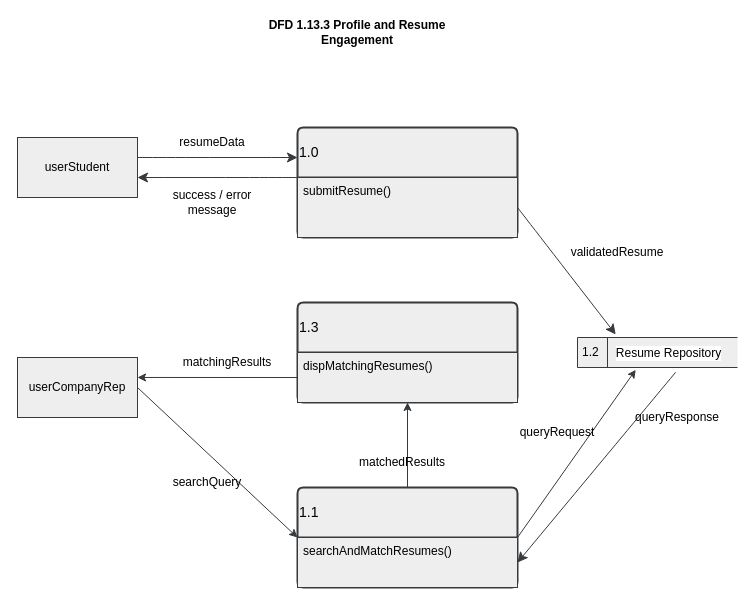
JmmonJeremy/CareerBound-SDD keeps this draw.io diagram as 03_Team_Work/Team5/Milestone_3_Components/IC_Done/WT_M3_Team5_ProfileAndResumeEngagementDFD_v1.drawio. Above is the earlier version. Source tidied: cells renumbered, new cells numbered last; positions are measured from the earlier drawing's top-left corner, leaving out a move shared by most shapes. Both pictures are drawn from the tidied source at 100%, with x=0, y=0 at pixel (17, 17).
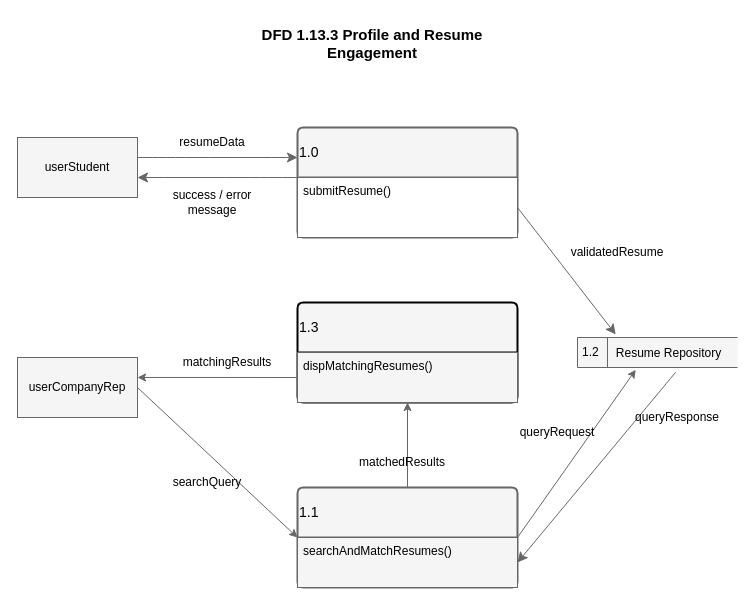
After the change.

Commit message:
updated profile engagement DFD styling

Diff of the diagram source:
```diff
@@
-<mxGraphModel>
+<mxGraphModel background="light-dark(#FFFFFF,#FFFFFF)">
@@
-    <mxCell id="2" value="&lt;b&gt;DFD 1.13.3 Profile and Resume Engagement&lt;/b&gt;" style="text;html=1;whiteSpace=wrap;align=center;verticalAlign=middle;rounded=0;fillColor=none;strokeColor=none;" parent="1" vertex="1">
-      <mxGeometry x="220" width="240" height="30" as="geometry" />
+    <mxCell id="2" value="&lt;b&gt;&lt;font style=&quot;font-size: 15px;&quot;&gt;DFD 1.13.3 Profile and Resume Engagement&lt;/font&gt;&lt;/b&gt;" style="text;html=1;whiteSpace=wrap;align=center;verticalAlign=middle;rounded=0;fillColor=none;strokeColor=none;fontColor=light-dark(#000000,#000000);labelBackgroundColor=none;" parent="1" vertex="1">
+      <mxGeometry x="235" y="11" width="240" height="30" as="geometry" />
     </mxCell>
-    <mxCell id="3" value="userStudent" style="whiteSpace=wrap;html=1;fillColor=#eeeeee;strokeColor=#36393d;" parent="1" vertex="1">
+    <mxCell id="3" value="userStudent" style="whiteSpace=wrap;html=1;fillColor=light-dark(#F5F5F5,#E6E6E6);strokeColor=light-dark(#666666,#000000);fontColor=light-dark(#000000,#000000);labelBackgroundColor=none;" parent="1" vertex="1">
       <mxGeometry y="120" width="120" height="60" as="geometry" />
     </mxCell>
-    <mxCell id="4" style="endArrow=classic;html=1;rounded=0;fontSize=12;startSize=8;endSize=8;curved=1;fillColor=#eeeeee;strokeColor=#36393d;" parent="1" edge="1">
+    <mxCell id="4" style="endArrow=classic;html=1;rounded=0;fontSize=12;startSize=8;endSize=8;curved=1;fontColor=light-dark(#000000,#000000);fillColor=#f5f5f5;strokeColor=#666666;labelBackgroundColor=none;" parent="1" edge="1">
       <mxGeometry relative="1" as="geometry">
         <mxPoint x="120" y="140" as="sourcePoint" />
         <mxPoint x="280" y="140" as="targetPoint" />
       </mxGeometry>
     </mxCell>
-    <mxCell id="5" style="endArrow=classic;html=1;rounded=0;fontSize=12;startSize=8;endSize=8;curved=1;fillColor=#eeeeee;strokeColor=#36393d;" parent="1" edge="1">
+    <mxCell id="5" style="endArrow=classic;html=1;rounded=0;fontSize=12;startSize=8;endSize=8;curved=1;fontColor=light-dark(#000000,#000000);fillColor=#f5f5f5;strokeColor=#666666;labelBackgroundColor=none;" parent="1" edge="1">
       <mxGeometry relative="1" as="geometry">
         <mxPoint x="280" y="160" as="sourcePoint" />
         <mxPoint x="120" y="160" as="targetPoint" />
       </mxGeometry>
     </mxCell>
-    <mxCell id="6" value="1.0" style="swimlane;horizontal=1;startSize=50;rounded=1;fontSize=14;fontStyle=0;strokeWidth=2;shadow=0;dashed=0;align=left;arcSize=4;whiteSpace=wrap;html=1;fillColor=#eeeeee;strokeColor=#36393d;" parent="1" vertex="1">
+    <mxCell id="6" value="1.0" style="swimlane;horizontal=1;startSize=50;rounded=1;fontSize=14;fontStyle=0;strokeWidth=2;shadow=0;dashed=0;align=left;arcSize=4;whiteSpace=wrap;html=1;fillColor=light-dark(#F5F5F5,#999999);strokeColor=light-dark(#666666,#000000);fontColor=light-dark(#000000,#000000);labelBackgroundColor=none;" parent="1" vertex="1">
       <mxGeometry x="280" y="110" width="220" height="110" as="geometry" />
     </mxCell>
-    <mxCell id="7" value="submitResume()&lt;div&gt;&lt;br&gt;&lt;/div&gt;" style="align=left;spacingLeft=4;spacingRight=4;fontSize=12;verticalAlign=top;html=1;whiteSpace=wrap;fillColor=#eeeeee;strokeColor=#36393d;" parent="6" vertex="1">
+    <mxCell id="7" value="submitResume()&lt;div&gt;&lt;br&gt;&lt;/div&gt;" style="align=left;spacingLeft=4;spacingRight=4;fontSize=12;verticalAlign=top;html=1;whiteSpace=wrap;fillColor=light-dark(#FFFFFF,#CCCCCC);strokeColor=#666666;fontColor=light-dark(#000000,#000000);labelBackgroundColor=none;gradientColor=none;" parent="6" vertex="1">
       <mxGeometry y="50" width="220" height="60" as="geometry" />
     </mxCell>
-    <mxCell id="8" value="resumeData" style="text;html=1;whiteSpace=wrap;align=center;verticalAlign=middle;rounded=0;fillColor=none;strokeColor=none;" parent="1" vertex="1">
+    <mxCell id="8" value="resumeData" style="text;html=1;whiteSpace=wrap;align=center;verticalAlign=middle;rounded=0;fillColor=none;strokeColor=none;fontColor=light-dark(#000000,#000000);labelBackgroundColor=none;" parent="1" vertex="1">
       <mxGeometry x="165" y="110" width="60" height="30" as="geometry" />
     </mxCell>
-    <mxCell id="9" value="success / error message" style="text;html=1;whiteSpace=wrap;align=center;verticalAlign=middle;rounded=0;fillColor=none;strokeColor=none;" parent="1" vertex="1">
+    <mxCell id="9" value="success / error message" style="text;html=1;whiteSpace=wrap;align=center;verticalAlign=middle;rounded=0;fillColor=none;strokeColor=none;fontColor=light-dark(#000000,#000000);labelBackgroundColor=none;" parent="1" vertex="1">
       <mxGeometry x="150" y="170" width="90" height="30" as="geometry" />
     </mxCell>
-    <mxCell id="10" value="1.3" style="swimlane;horizontal=1;startSize=50;rounded=1;fontSize=14;fontStyle=0;strokeWidth=2;shadow=0;dashed=0;align=left;arcSize=4;whiteSpace=wrap;html=1;fillColor=#eeeeee;strokeColor=#36393d;" parent="1" vertex="1">
+    <mxCell id="10" value="1.3" style="swimlane;horizontal=1;startSize=50;rounded=1;fontSize=14;fontStyle=0;strokeWidth=2;shadow=0;dashed=0;align=left;arcSize=4;whiteSpace=wrap;html=1;fillColor=light-dark(#F5F5F5,#999999);strokeColor=light-dark(#000000,#000000);fontColor=light-dark(#000000,#000000);labelBackgroundColor=none;" parent="1" vertex="1">
       <mxGeometry x="280" y="285" width="220" height="100" as="geometry" />
     </mxCell>
-    <mxCell id="11" value="dispMatchingResumes()" style="align=left;spacingLeft=4;spacingRight=4;fontSize=12;verticalAlign=top;html=1;whiteSpace=wrap;fillColor=#eeeeee;strokeColor=#36393d;" parent="10" vertex="1">
+    <mxCell id="11" value="dispMatchingResumes()" style="align=left;spacingLeft=4;spacingRight=4;fontSize=12;verticalAlign=top;html=1;whiteSpace=wrap;fillColor=light-dark(#F5F5F5,#CCCCCC);strokeColor=#666666;fontColor=light-dark(#000000,#000000);labelBackgroundColor=none;" parent="10" vertex="1">
       <mxGeometry y="50" width="220" height="50" as="geometry" />
     </mxCell>
-    <mxCell id="12" value="1.1" style="swimlane;horizontal=1;startSize=50;rounded=1;fontSize=14;fontStyle=0;strokeWidth=2;shadow=0;dashed=0;align=left;arcSize=4;whiteSpace=wrap;html=1;fillColor=#eeeeee;strokeColor=#36393d;" parent="1" vertex="1">
+    <mxCell id="12" value="1.1" style="swimlane;horizontal=1;startSize=50;rounded=1;fontSize=14;fontStyle=0;strokeWidth=2;shadow=0;dashed=0;align=left;arcSize=4;whiteSpace=wrap;html=1;fillColor=light-dark(#F5F5F5,#999999);strokeColor=light-dark(#666666,#000000);fontColor=light-dark(#000000,#000000);labelBackgroundColor=none;" parent="1" vertex="1">
       <mxGeometry x="280" y="470" width="220" height="100" as="geometry" />
     </mxCell>
-    <mxCell id="13" value="searchAndMatchResumes()" style="align=left;spacingLeft=4;spacingRight=4;fontSize=12;verticalAlign=top;html=1;whiteSpace=wrap;fillColor=#eeeeee;strokeColor=#36393d;" parent="12" vertex="1">
+    <mxCell id="13" value="searchAndMatchResumes()" style="align=left;spacingLeft=4;spacingRight=4;fontSize=12;verticalAlign=top;html=1;whiteSpace=wrap;fillColor=light-dark(#F5F5F5,#CCCCCC);strokeColor=#666666;fontColor=light-dark(#000000,#000000);labelBackgroundColor=none;" parent="12" vertex="1">
       <mxGeometry y="50" width="220" height="50" as="geometry" />
     </mxCell>
-    <mxCell id="14" style="rounded=0;jettySize=auto;html=1;exitX=1;exitY=0.5;exitDx=0;exitDy=0;entryX=0;entryY=0.5;entryDx=0;entryDy=0;fillColor=#eeeeee;strokeColor=#36393d;" parent="1" edge="1" source="15" target="12">
+    <mxCell id="14" style="rounded=0;jettySize=auto;html=1;exitX=1;exitY=0.5;exitDx=0;exitDy=0;entryX=0;entryY=0.5;entryDx=0;entryDy=0;fontColor=light-dark(#000000,#000000);fillColor=#f5f5f5;strokeColor=#666666;labelBackgroundColor=none;" parent="1" edge="1" source="15" target="12">
       <mxGeometry relative="1" as="geometry" />
     </mxCell>
-    <mxCell id="15" value="userCompanyRep" style="whiteSpace=wrap;html=1;fillColor=#eeeeee;strokeColor=#36393d;" parent="1" vertex="1">
+    <mxCell id="15" value="userCompanyRep" style="whiteSpace=wrap;html=1;fillColor=light-dark(#F5F5F5,#E6E6E6);strokeColor=light-dark(#666666,#000000);fontColor=light-dark(#000000,#000000);labelBackgroundColor=none;" parent="1" vertex="1">
       <mxGeometry y="340" width="120" height="60" as="geometry" />
     </mxCell>
-    <mxCell id="16" value="searchQuery" style="text;html=1;whiteSpace=wrap;align=center;verticalAlign=middle;rounded=0;fillColor=none;strokeColor=none;" parent="1" vertex="1">
+    <mxCell id="16" value="searchQuery" style="text;html=1;whiteSpace=wrap;align=center;verticalAlign=middle;rounded=0;fillColor=none;strokeColor=none;fontColor=light-dark(#000000,#000000);labelBackgroundColor=none;" parent="1" vertex="1">
       <mxGeometry x="160" y="450" width="60" height="30" as="geometry" />
     </mxCell>
-    <mxCell id="17" style="endArrow=classic;html=1;rounded=0;fontSize=12;startSize=8;endSize=8;curved=1;exitX=1;exitY=0.5;exitDx=0;exitDy=0;entryX=0.239;entryY=-0.1;entryDx=0;entryDy=0;entryPerimeter=0;fillColor=#eeeeee;strokeColor=#36393d;" parent="1" edge="1" source="7" target="20">
+    <mxCell id="17" style="endArrow=classic;html=1;rounded=0;fontSize=12;startSize=8;endSize=8;curved=1;exitX=1;exitY=0.5;exitDx=0;exitDy=0;entryX=0.239;entryY=-0.1;entryDx=0;entryDy=0;entryPerimeter=0;fontColor=light-dark(#000000,#000000);fillColor=#f5f5f5;strokeColor=#666666;labelBackgroundColor=none;" parent="1" edge="1" source="7" target="20">
       <mxGeometry relative="1" as="geometry" />
     </mxCell>
-    <mxCell id="18" style="endArrow=classic;html=1;rounded=0;fontSize=12;startSize=8;endSize=8;curved=1;entryX=1;entryY=0.5;entryDx=0;entryDy=0;exitX=0.614;exitY=1.155;exitDx=0;exitDy=0;exitPerimeter=0;fillColor=#eeeeee;strokeColor=#36393d;" parent="1" edge="1" source="20" target="13">
+    <mxCell id="18" style="endArrow=classic;html=1;rounded=0;fontSize=12;startSize=8;endSize=8;curved=1;entryX=1;entryY=0.5;entryDx=0;entryDy=0;exitX=0.614;exitY=1.155;exitDx=0;exitDy=0;exitPerimeter=0;fontColor=light-dark(#000000,#000000);fillColor=#f5f5f5;strokeColor=#666666;labelBackgroundColor=none;" parent="1" edge="1" source="20" target="13">
       <mxGeometry relative="1" as="geometry" />
     </mxCell>
-    <mxCell id="19" value="validatedResume" style="text;html=1;whiteSpace=wrap;align=center;verticalAlign=middle;rounded=0;fillColor=none;strokeColor=none;" parent="1" vertex="1">
+    <mxCell id="19" value="validatedResume" style="text;html=1;whiteSpace=wrap;align=center;verticalAlign=middle;rounded=0;fillColor=none;strokeColor=none;fontColor=light-dark(#000000,#000000);labelBackgroundColor=none;" parent="1" vertex="1">
       <mxGeometry x="550" y="220" width="100" height="30" as="geometry" />
     </mxCell>
-    <mxCell id="20" value="1.2" style="html=1;dashed=0;whiteSpace=wrap;shape=mxgraph.dfd.dataStoreID;align=left;spacingLeft=3;points=[[0,0],[0.5,0],[1,0],[0,0.5],[1,0.5],[0,1],[0.5,1],[1,1]];fillColor=#eeeeee;strokeColor=#36393d;" parent="1" vertex="1">
+    <mxCell id="20" value="1.2" style="html=1;dashed=0;whiteSpace=wrap;shape=mxgraph.dfd.dataStoreID;align=left;spacingLeft=3;points=[[0,0],[0.5,0],[1,0],[0,0.5],[1,0.5],[0,1],[0.5,1],[1,1]];fillColor=light-dark(#F5F5F5,#E6E6E6);strokeColor=light-dark(#666666,#000000);fontColor=light-dark(#000000,#000000);labelBackgroundColor=none;" parent="1" vertex="1">
       <mxGeometry x="560" y="320" width="160" height="30" as="geometry" />
     </mxCell>
-    <mxCell id="21" value="&lt;span&gt;Resume Repository&lt;/span&gt;" style="edgeLabel;html=1;align=center;verticalAlign=middle;fontSize=12;fillColor=#eeeeee;strokeColor=#36393d;" parent="1" vertex="1">
+    <mxCell id="21" value="&lt;span&gt;Resume Repository&lt;/span&gt;" style="edgeLabel;html=1;align=center;verticalAlign=middle;fontSize=12;fillColor=light-dark(#F5F5F5,#E6E6E6);strokeColor=#666666;fontColor=light-dark(#000000,#000000);labelBackgroundColor=none;" parent="1" vertex="1">
       <mxGeometry x="650" y="335" as="geometry" />
     </mxCell>
-    <mxCell id="22" style="rounded=0;jettySize=auto;html=1;exitX=0.5;exitY=0;exitDx=0;exitDy=0;entryX=0.5;entryY=1;entryDx=0;entryDy=0;fillColor=#eeeeee;strokeColor=#36393d;" parent="1" edge="1" source="12" target="11">
+    <mxCell id="22" style="rounded=0;jettySize=auto;html=1;exitX=0.5;exitY=0;exitDx=0;exitDy=0;entryX=0.5;entryY=1;entryDx=0;entryDy=0;fontColor=light-dark(#000000,#000000);fillColor=#f5f5f5;strokeColor=#666666;labelBackgroundColor=none;" parent="1" edge="1" source="12" target="11">
       <mxGeometry relative="1" as="geometry" />
     </mxCell>
-    <mxCell id="23" value="matchedResults" style="text;html=1;whiteSpace=wrap;align=center;verticalAlign=middle;rounded=0;fillColor=none;strokeColor=none;" parent="1" vertex="1">
+    <mxCell id="23" value="matchedResults" style="text;html=1;whiteSpace=wrap;align=center;verticalAlign=middle;rounded=0;fillColor=none;strokeColor=none;fontColor=light-dark(#000000,#000000);labelBackgroundColor=none;" parent="1" vertex="1">
       <mxGeometry x="355" y="430" width="60" height="30" as="geometry" />
     </mxCell>
-    <mxCell id="24" value="queryResponse" style="text;html=1;whiteSpace=wrap;align=center;verticalAlign=middle;rounded=0;rotation=0;fillColor=none;strokeColor=none;" parent="1" vertex="1">
+    <mxCell id="24" value="queryResponse" style="text;html=1;whiteSpace=wrap;align=center;verticalAlign=middle;rounded=0;rotation=0;fillColor=none;strokeColor=none;fontColor=light-dark(#000000,#000000);labelBackgroundColor=none;" parent="1" vertex="1">
       <mxGeometry x="630" y="385" width="60" height="30" as="geometry" />
     </mxCell>
-    <mxCell id="25" style="rounded=0;jettySize=auto;html=1;entryX=0.364;entryY=1.076;entryDx=0;entryDy=0;entryPerimeter=0;exitX=1;exitY=0;exitDx=0;exitDy=0;fillColor=#eeeeee;strokeColor=#36393d;" parent="1" edge="1" source="13" target="20">
+    <mxCell id="25" style="rounded=0;jettySize=auto;html=1;entryX=0.364;entryY=1.076;entryDx=0;entryDy=0;entryPerimeter=0;exitX=1;exitY=0;exitDx=0;exitDy=0;fontColor=light-dark(#000000,#000000);fillColor=#f5f5f5;strokeColor=#666666;labelBackgroundColor=none;" parent="1" edge="1" source="13" target="20">
       <mxGeometry relative="1" as="geometry" />
     </mxCell>
-    <mxCell id="26" value="queryRequest" style="text;html=1;whiteSpace=wrap;align=center;verticalAlign=middle;rounded=0;rotation=0;fillColor=none;strokeColor=none;" parent="1" vertex="1">
+    <mxCell id="26" value="queryRequest" style="text;html=1;whiteSpace=wrap;align=center;verticalAlign=middle;rounded=0;rotation=0;fillColor=none;strokeColor=none;fontColor=light-dark(#000000,#000000);labelBackgroundColor=none;" parent="1" vertex="1">
       <mxGeometry x="510" y="400" width="60" height="30" as="geometry" />
     </mxCell>
-    <mxCell id="27" style="rounded=0;jettySize=auto;html=1;exitX=0;exitY=0.5;exitDx=0;exitDy=0;entryX=1;entryY=0.333;entryDx=0;entryDy=0;entryPerimeter=0;fillColor=#eeeeee;strokeColor=#36393d;" parent="1" edge="1" source="11" target="15">
+    <mxCell id="27" style="rounded=0;jettySize=auto;html=1;exitX=0;exitY=0.5;exitDx=0;exitDy=0;entryX=1;entryY=0.333;entryDx=0;entryDy=0;entryPerimeter=0;fontColor=light-dark(#000000,#000000);fillColor=#f5f5f5;strokeColor=#666666;labelBackgroundColor=none;" parent="1" edge="1" source="11" target="15">
       <mxGeometry relative="1" as="geometry" />
     </mxCell>
-    <mxCell id="28" value="matchingResults" style="text;html=1;whiteSpace=wrap;align=center;verticalAlign=middle;rounded=0;fillColor=none;strokeColor=none;" parent="1" vertex="1">
+    <mxCell id="28" value="matchingResults" style="text;html=1;whiteSpace=wrap;align=center;verticalAlign=middle;rounded=0;fillColor=none;strokeColor=none;fontColor=light-dark(#000000,#000000);labelBackgroundColor=none;" parent="1" vertex="1">
       <mxGeometry x="160" y="330" width="100" height="30" as="geometry" />
     </mxCell>
```
